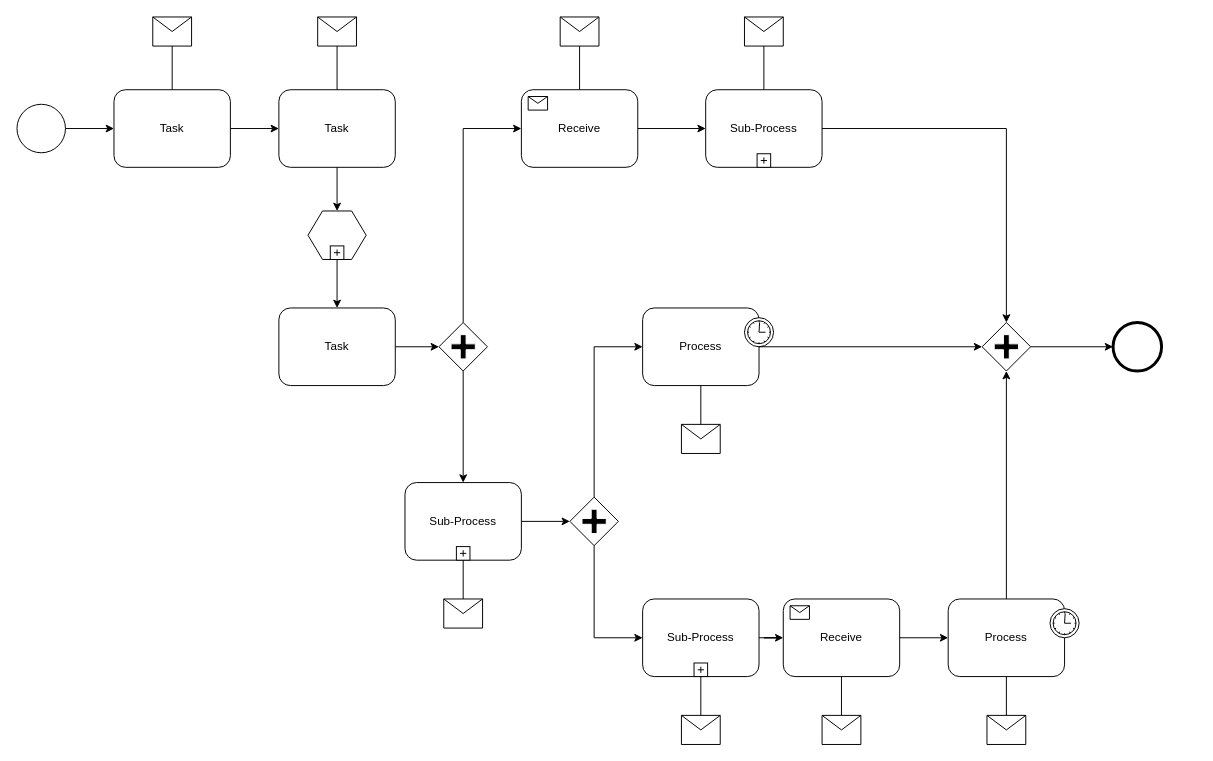
Above: Untitled Diagram.drawio in memsak-cnob/week3-4.obj.oriented.software (draw.io), before the change. Source tidied: cells renumbered, new cells numbered last; positions are measured from the earlier drawing's top-left corner, leaving out a move shared by most shapes. Both pictures are drawn from the tidied source at 97%, with x=0, y=0 at pixel (16, 16).
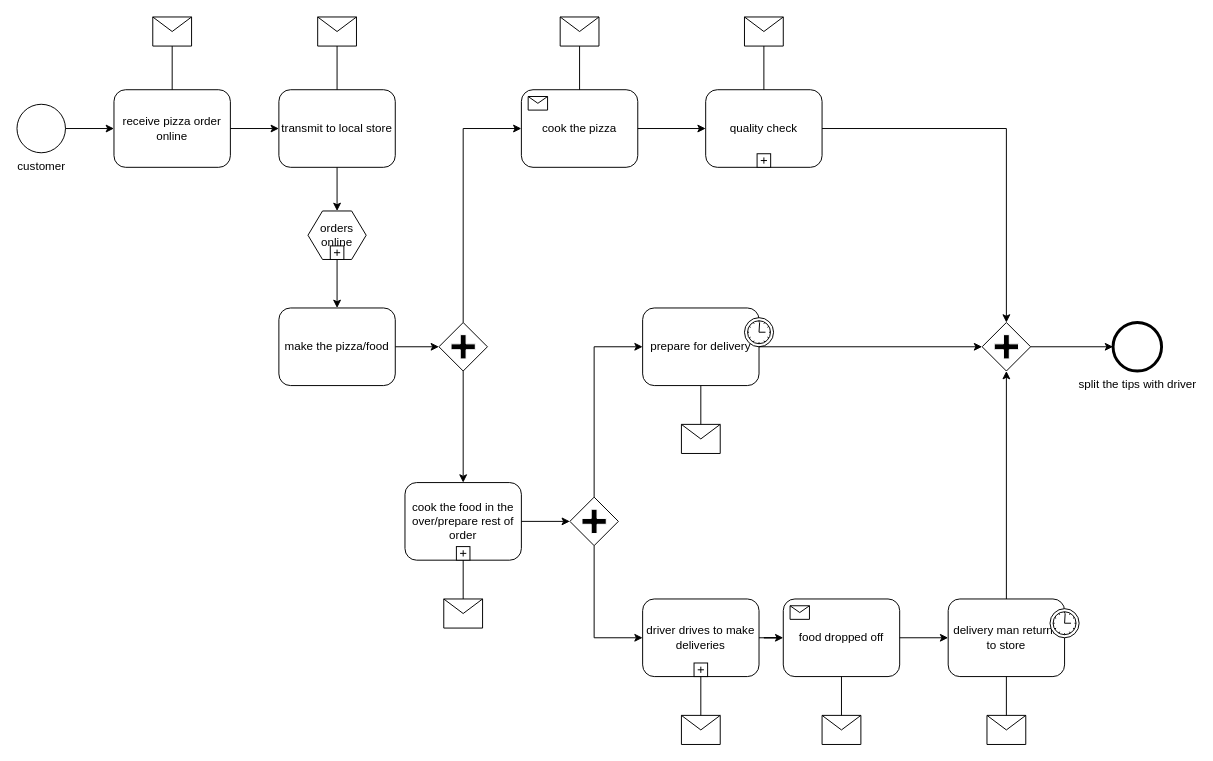
The same page after the edit.

Commit message:
pizza delivery sketch online

What changed in the source:
```diff
@@
-    <mxCell id="2" style="shape=mxgraph.bpmn.shape;html=1;verticalLabelPosition=bottom;labelBackgroundColor=#ffffff;verticalAlign=top;perimeter=ellipsePerimeter;outline=standard;symbol=general;" parent="1" vertex="1">
+    <mxCell id="2" value="customer" style="shape=mxgraph.bpmn.shape;html=1;verticalLabelPosition=bottom;labelBackgroundColor=#ffffff;verticalAlign=top;perimeter=ellipsePerimeter;outline=standard;symbol=general;" parent="1" vertex="1">
       <mxGeometry y="90" width="50" height="50" as="geometry" />
     </mxCell>
-    <mxCell id="3" value="Task" style="shape=ext;rounded=1;html=1;whiteSpace=wrap;" parent="1" vertex="1">
+    <mxCell id="3" value="receive pizza order online" style="shape=ext;rounded=1;html=1;whiteSpace=wrap;" parent="1" vertex="1">
       <mxGeometry x="100" y="75" width="120" height="80" as="geometry" />
     </mxCell>
-    <mxCell id="4" value="Task" style="shape=ext;rounded=1;html=1;whiteSpace=wrap;" parent="1" vertex="1">
+    <mxCell id="4" value="transmit to local store" style="shape=ext;rounded=1;html=1;whiteSpace=wrap;" parent="1" vertex="1">
       <mxGeometry x="270" y="75" width="120" height="80" as="geometry" />
     </mxCell>
@@
-    <mxCell id="7" style="shape=hexagon;whiteSpace=wrap;html=1;perimeter=hexagonPerimeter;" parent="1" vertex="1">
+    <mxCell id="7" value="orders online" style="shape=hexagon;whiteSpace=wrap;html=1;perimeter=hexagonPerimeter;" parent="1" vertex="1">
       <mxGeometry x="300" y="200" width="60" height="50" as="geometry" />
     </mxCell>
@@
-    <mxCell id="9" value="Task" style="shape=ext;rounded=1;html=1;whiteSpace=wrap;" parent="1" vertex="1">
+    <mxCell id="9" value="make the pizza/food" style="shape=ext;rounded=1;html=1;whiteSpace=wrap;" parent="1" vertex="1">
       <mxGeometry x="270" y="300" width="120" height="80" as="geometry" />
     </mxCell>
@@
-    <mxCell id="11" value="Sub-Process" style="html=1;whiteSpace=wrap;rounded=1;" parent="1" vertex="1">
+    <mxCell id="11" value="quality check" style="html=1;whiteSpace=wrap;rounded=1;" parent="1" vertex="1">
       <mxGeometry x="710" y="75" width="120" height="80" as="geometry" />
     </mxCell>
@@
-    <mxCell id="13" value="Receive" style="html=1;whiteSpace=wrap;rounded=1;" parent="1" vertex="1">
+    <mxCell id="13" value="cook the pizza" style="html=1;whiteSpace=wrap;rounded=1;" parent="1" vertex="1">
       <mxGeometry x="520" y="75" width="120" height="80" as="geometry" />
     </mxCell>
@@
-    <mxCell id="15" value="Process" style="html=1;whiteSpace=wrap;rounded=1;" parent="1" vertex="1">
+    <mxCell id="15" value="prepare for delivery" style="html=1;whiteSpace=wrap;rounded=1;" parent="1" vertex="1">
       <mxGeometry x="645" y="300" width="120" height="80" as="geometry" />
     </mxCell>
@@
-    <mxCell id="17" value="Process" style="html=1;whiteSpace=wrap;rounded=1;" parent="1" vertex="1">
+    <mxCell id="17" value="delivery man returns to store" style="html=1;whiteSpace=wrap;rounded=1;" parent="1" vertex="1">
       <mxGeometry x="960" y="600" width="120" height="80" as="geometry" />
     </mxCell>
@@
-    <mxCell id="19" value="Receive" style="html=1;whiteSpace=wrap;rounded=1;" parent="1" vertex="1">
+    <mxCell id="19" value="food dropped off" style="html=1;whiteSpace=wrap;rounded=1;" parent="1" vertex="1">
       <mxGeometry x="790" y="600" width="120" height="80" as="geometry" />
     </mxCell>
@@
-    <mxCell id="21" value="Sub-Process" style="html=1;whiteSpace=wrap;rounded=1;" parent="1" vertex="1">
+    <mxCell id="21" value="driver drives to make deliveries" style="html=1;whiteSpace=wrap;rounded=1;" parent="1" vertex="1">
       <mxGeometry x="645" y="600" width="120" height="80" as="geometry" />
     </mxCell>
@@
-    <mxCell id="24" style="shape=mxgraph.bpmn.shape;html=1;verticalLabelPosition=bottom;labelBackgroundColor=#ffffff;verticalAlign=top;perimeter=ellipsePerimeter;outline=end;symbol=general;" parent="1" vertex="1">
+    <mxCell id="24" value="split the tips with driver" style="shape=mxgraph.bpmn.shape;html=1;verticalLabelPosition=bottom;labelBackgroundColor=#ffffff;verticalAlign=top;perimeter=ellipsePerimeter;outline=end;symbol=general;" parent="1" vertex="1">
       <mxGeometry x="1130" y="315" width="50" height="50" as="geometry" />
     </mxCell>
@@
-    <mxCell id="27" value="Sub-Process" style="html=1;whiteSpace=wrap;rounded=1;" parent="1" vertex="1">
+    <mxCell id="27" value="cook the food in the over/prepare rest of order" style="html=1;whiteSpace=wrap;rounded=1;" parent="1" vertex="1">
       <mxGeometry x="400" y="480" width="120" height="80" as="geometry" />
     </mxCell>
```
